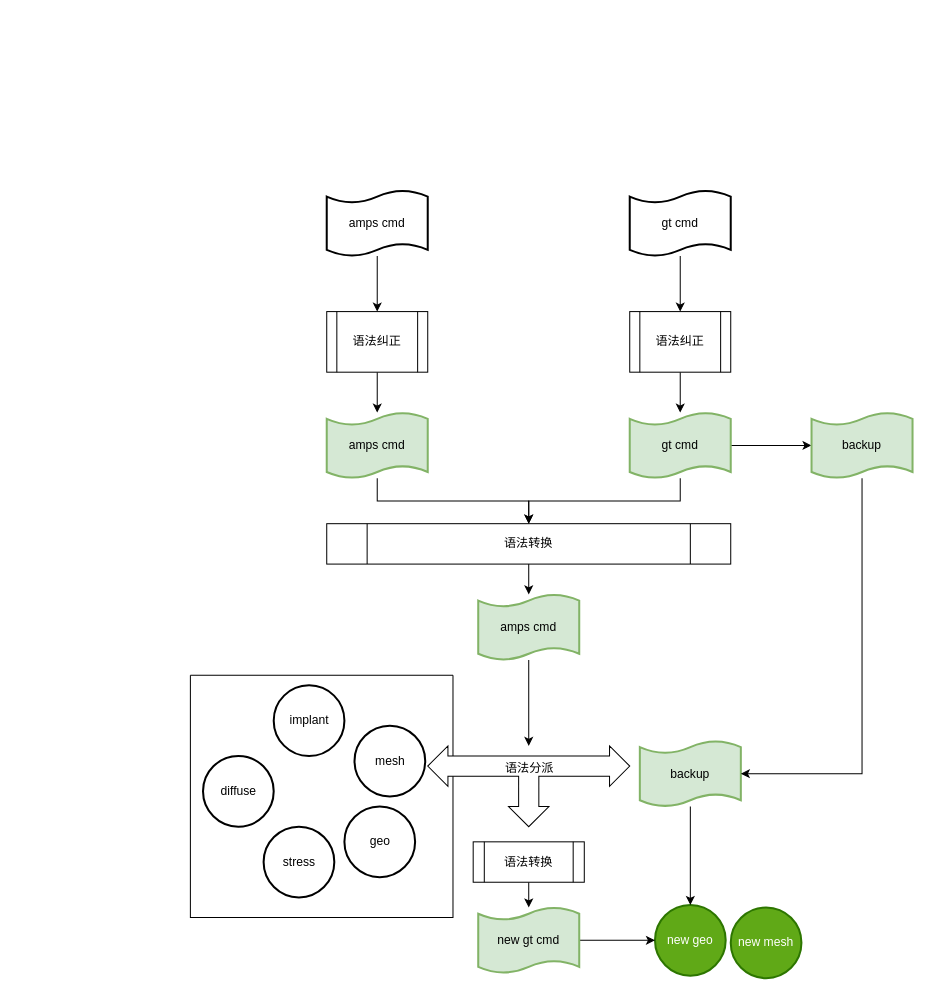
Before: process_new_0921.drawio in FicmillaR/drawio, a draw.io diagram. Source tidied: cells renumbered, new cells numbered last; positions are measured from the earlier drawing's top-left corner, leaving out a move shared by most shapes. Both pictures are drawn from the tidied source at 101%, with x=0, y=0 at pixel (190, 190).
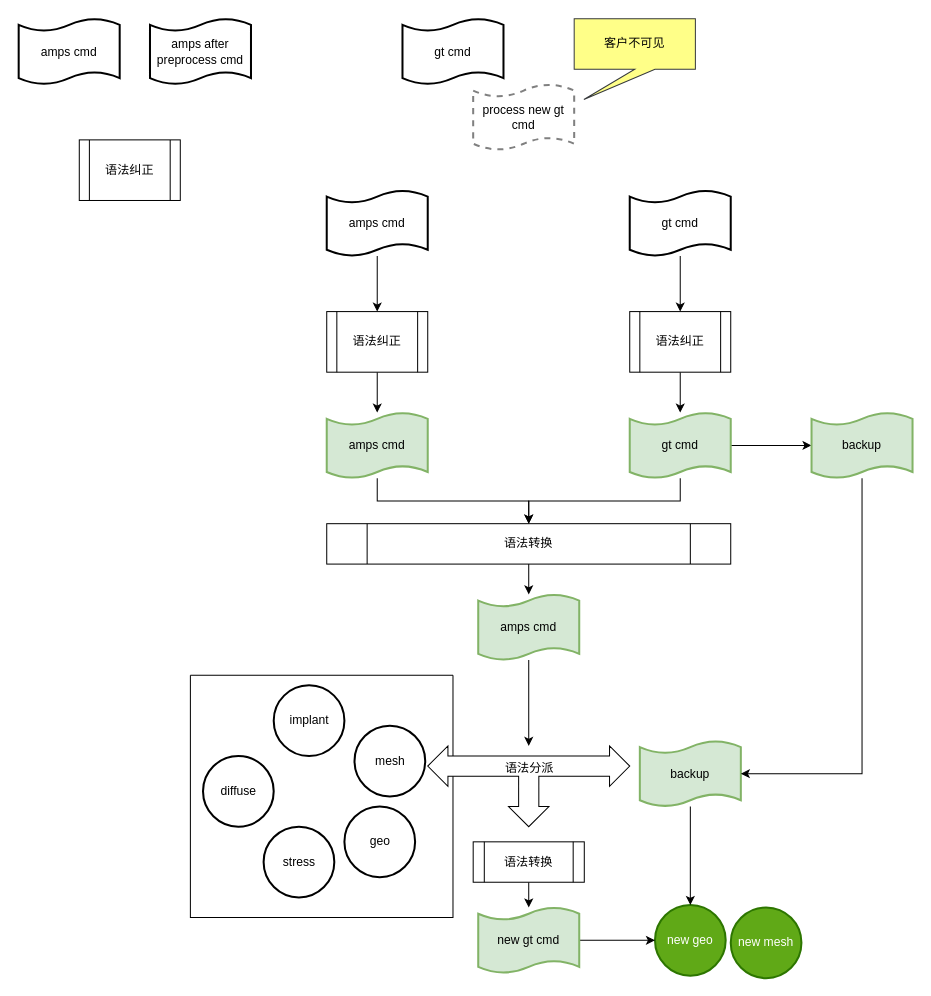
The same page after the edit.

Change to the diagram source:
```diff
@@
+    <mxCell id="37" value="amps after preprocess cmd" style="shape=tape;whiteSpace=wrap;html=1;strokeWidth=2;size=0.19;" parent="1" vertex="1">
+      <mxGeometry x="-40" y="-170" width="100" height="65" as="geometry" />
+    </mxCell>
+    <mxCell id="38" value="gt cmd" style="shape=tape;whiteSpace=wrap;html=1;strokeWidth=2;size=0.19;" parent="1" vertex="1">
+      <mxGeometry x="210" y="-170" width="100" height="65" as="geometry" />
+    </mxCell>
+    <mxCell id="39" value="amps cmd" style="shape=tape;whiteSpace=wrap;html=1;strokeWidth=2;size=0.19;" parent="1" vertex="1">
+      <mxGeometry x="-170" y="-170" width="100" height="65" as="geometry" />
+    </mxCell>
+    <mxCell id="40" value="process new gt cmd" style="shape=tape;whiteSpace=wrap;html=1;strokeWidth=2;size=0.19;dashed=1;strokeColor=#808080;" parent="1" vertex="1">
+      <mxGeometry x="280" y="-105" width="100" height="65" as="geometry" />
+    </mxCell>
+    <mxCell id="41" value="客户不可见" style="shape=callout;whiteSpace=wrap;html=1;perimeter=calloutPerimeter;position2=0.08;fillColor=#ffff88;strokeColor=#36393d;" parent="1" vertex="1">
+      <mxGeometry x="380" y="-170" width="120" height="80" as="geometry" />
+    </mxCell>
+    <mxCell id="42" value="语法纠正" style="shape=process;whiteSpace=wrap;html=1;backgroundOutline=1;" parent="1" vertex="1">
+      <mxGeometry x="-110" y="-50" width="100" height="60" as="geometry" />
+    </mxCell>
```
